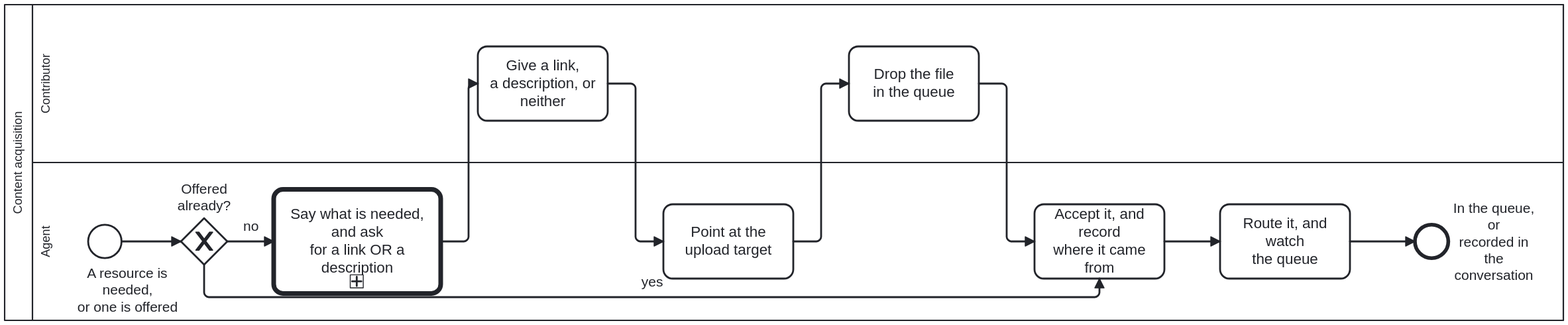
This is docs/assets/img/workflows/content-acquisition.svg from litlfred/cat-harness, a BPMN export, as it was before one commit. Its source is kept beside it as processes/library/content-acquisition.bpmn. Ids are renumbered.
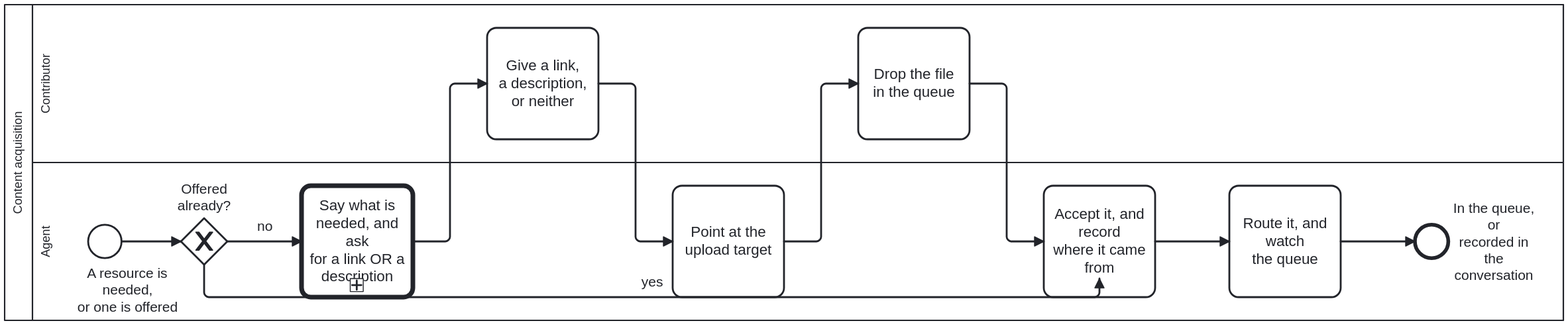
The same diagram one commit later.

Diff of the diagram source:
```diff
@@ -98,29 +98,29 @@
       </bpmndi:BPMNShape>
       <bpmndi:BPMNShape id="Shape_Start_Acquire" bpmnElement="Start_Acquire">
         <dc:Bounds x="250" y="317" width="36" height="36" />
-        <bpmndi:BPMNLabel><dc:Bounds x="224.59" y="361" width="135" height="54" /></bpmndi:BPMNLabel>
-      </bpmndi:BPMNShape>
+
+      <bpmndi:BPMNLabel><dc:Bounds x="224.59" y="361" width="135" height="54" /></bpmndi:BPMNLabel></bpmndi:BPMNShape>
       <bpmndi:BPMNShape id="Shape_GW_Offered" bpmnElement="GW_Offered" isMarkerVisible="true">
         <dc:Bounds x="350" y="310" width="50" height="50" />
 
       <bpmndi:BPMNLabel><dc:Bounds x="330" y="270" width="90" height="36" /></bpmndi:BPMNLabel></bpmndi:BPMNShape>
       <bpmndi:BPMNShape id="Shape_A_Ask" bpmnElement="A_Ask">
-        <dc:Bounds x="450" y="279" width="180" height="112" />
+        <dc:Bounds x="480" y="275" width="120" height="120" />
       </bpmndi:BPMNShape>
       <bpmndi:BPMNShape id="Shape_P_Respond" bpmnElement="P_Respond">
-        <dc:Bounds x="670" y="125" width="140" height="80" />
+        <dc:Bounds x="680" y="105" width="120" height="120" />
       </bpmndi:BPMNShape>
       <bpmndi:BPMNShape id="Shape_A_PointToUpload" bpmnElement="A_PointToUpload">
-        <dc:Bounds x="870" y="295" width="140" height="80" />
+        <dc:Bounds x="880" y="275" width="120" height="120" />
       </bpmndi:BPMNShape>
       <bpmndi:BPMNShape id="Shape_P_Upload" bpmnElement="P_Upload">
-        <dc:Bounds x="1070" y="125" width="140" height="80" />
+        <dc:Bounds x="1080" y="105" width="120" height="120" />
       </bpmndi:BPMNShape>
       <bpmndi:BPMNShape id="Shape_A_Accept" bpmnElement="A_Accept">
-        <dc:Bounds x="1270" y="295" width="140" height="80" />
+        <dc:Bounds x="1280" y="275" width="120" height="120" />
       </bpmndi:BPMNShape>
       <bpmndi:BPMNShape id="Shape_A_Route" bpmnElement="A_Route">
-        <dc:Bounds x="1470" y="295" width="140" height="80" />
+        <dc:Bounds x="1480" y="275" width="120" height="120" />
       </bpmndi:BPMNShape>
       <bpmndi:BPMNShape id="Shape_End_Acquired" bpmnElement="End_Acquired">
         <dc:Bounds x="1680" y="317" width="36" height="36" />
@@ -132,31 +132,31 @@
       </bpmndi:BPMNEdge>
       <bpmndi:BPMNEdge id="Edge_SF_CA_2" bpmnElement="SF_CA_2">
         <di:waypoint x="400" y="335" />
-        <di:waypoint x="450" y="335" />
+        <di:waypoint x="480" y="335" />
       </bpmndi:BPMNEdge>
       <bpmndi:BPMNEdge id="Edge_SF_CA_3" bpmnElement="SF_CA_3">
-        <di:waypoint x="630" y="335" />
-        <di:waypoint x="660" y="335" />
-        <di:waypoint x="660" y="165" />
-        <di:waypoint x="670" y="165" />
+        <di:waypoint x="600" y="335" />
+        <di:waypoint x="640" y="335" />
+        <di:waypoint x="640" y="165" />
+        <di:waypoint x="680" y="165" />
       </bpmndi:BPMNEdge>
       <bpmndi:BPMNEdge id="Edge_SF_CA_4" bpmnElement="SF_CA_4">
-        <di:waypoint x="810" y="165" />
+        <di:waypoint x="800" y="165" />
         <di:waypoint x="840" y="165" />
         <di:waypoint x="840" y="335" />
-        <di:waypoint x="870" y="335" />
+        <di:waypoint x="880" y="335" />
       </bpmndi:BPMNEdge>
       <bpmndi:BPMNEdge id="Edge_SF_CA_5" bpmnElement="SF_CA_5">
-        <di:waypoint x="1010" y="335" />
+        <di:waypoint x="1000" y="335" />
         <di:waypoint x="1040" y="335" />
         <di:waypoint x="1040" y="165" />
-        <di:waypoint x="1070" y="165" />
+        <di:waypoint x="1080" y="165" />
       </bpmndi:BPMNEdge>
       <bpmndi:BPMNEdge id="Edge_SF_CA_6" bpmnElement="SF_CA_6">
-        <di:waypoint x="1210" y="165" />
+        <di:waypoint x="1200" y="165" />
         <di:waypoint x="1240" y="165" />
         <di:waypoint x="1240" y="335" />
-        <di:waypoint x="1270" y="335" />
+        <di:waypoint x="1280" y="335" />
       </bpmndi:BPMNEdge>
       <bpmndi:BPMNEdge id="Edge_SF_CA_7" bpmnElement="SF_CA_7">
         <di:waypoint x="375" y="360" />
@@ -165,11 +165,11 @@
         <di:waypoint x="1340" y="375" />
       </bpmndi:BPMNEdge>
       <bpmndi:BPMNEdge id="Edge_SF_CA_8" bpmnElement="SF_CA_8">
-        <di:waypoint x="1410" y="335" />
-        <di:waypoint x="1470" y="335" />
+        <di:waypoint x="1400" y="335" />
+        <di:waypoint x="1480" y="335" />
       </bpmndi:BPMNEdge>
       <bpmndi:BPMNEdge id="Edge_SF_CA_9" bpmnElement="SF_CA_9">
-        <di:waypoint x="1610" y="335" />
+        <di:waypoint x="1600" y="335" />
         <di:waypoint x="1680" y="335" />
       </bpmndi:BPMNEdge>
     </bpmndi:BPMNPlane>
```
